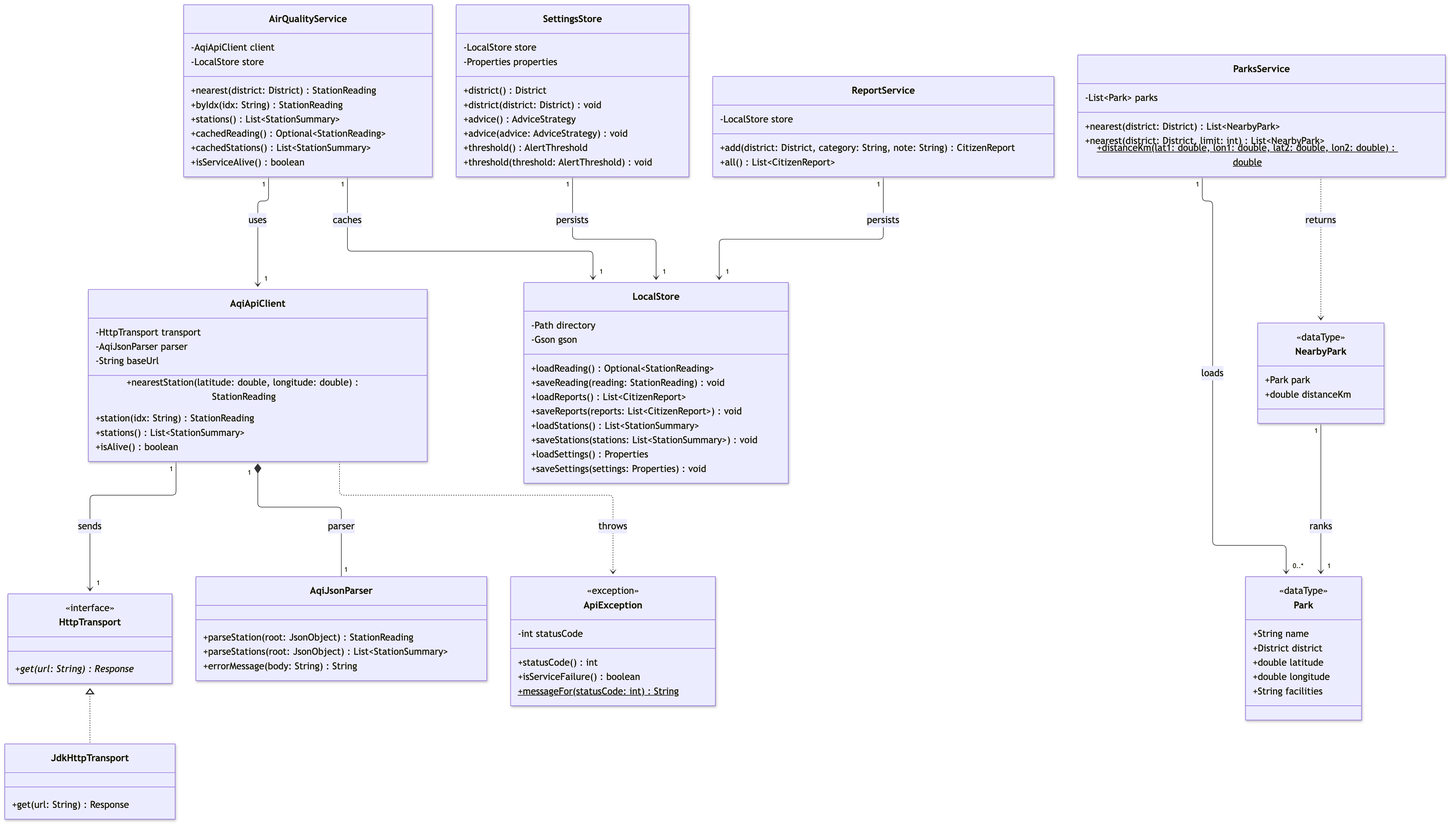
melvinchia3636/sc-assignment keeps this Mermaid diagram as docs/diagrams/class-diagram-services.png. Above is the earlier version. Its source is kept beside it as docs/diagrams/class-diagram-services.mmd.
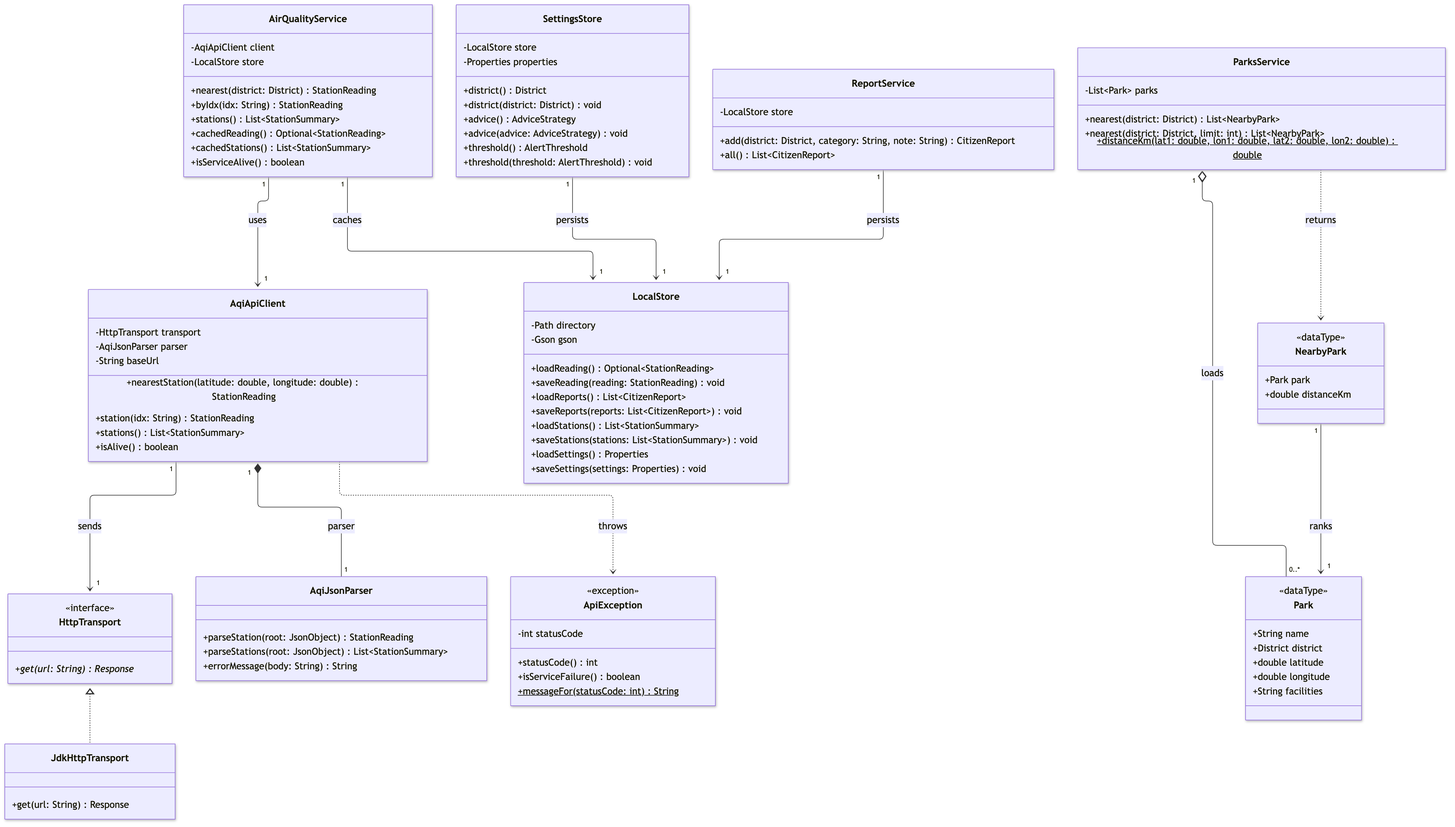
The same diagram one commit later.

Diff of the diagram source:
```diff
@@ -111,6 +111,6 @@
     AqiApiClient ..> ApiException : throws
     SettingsStore "1" --> "1" LocalStore : persists
     ReportService "1" --> "1" LocalStore : persists
-    ParksService "1" --> "0..*" Park : loads
+    ParksService "1" o-- "0..*" Park : loads
     ParksService ..> NearbyPark : returns
     NearbyPark "1" --> "1" Park : ranks
```
